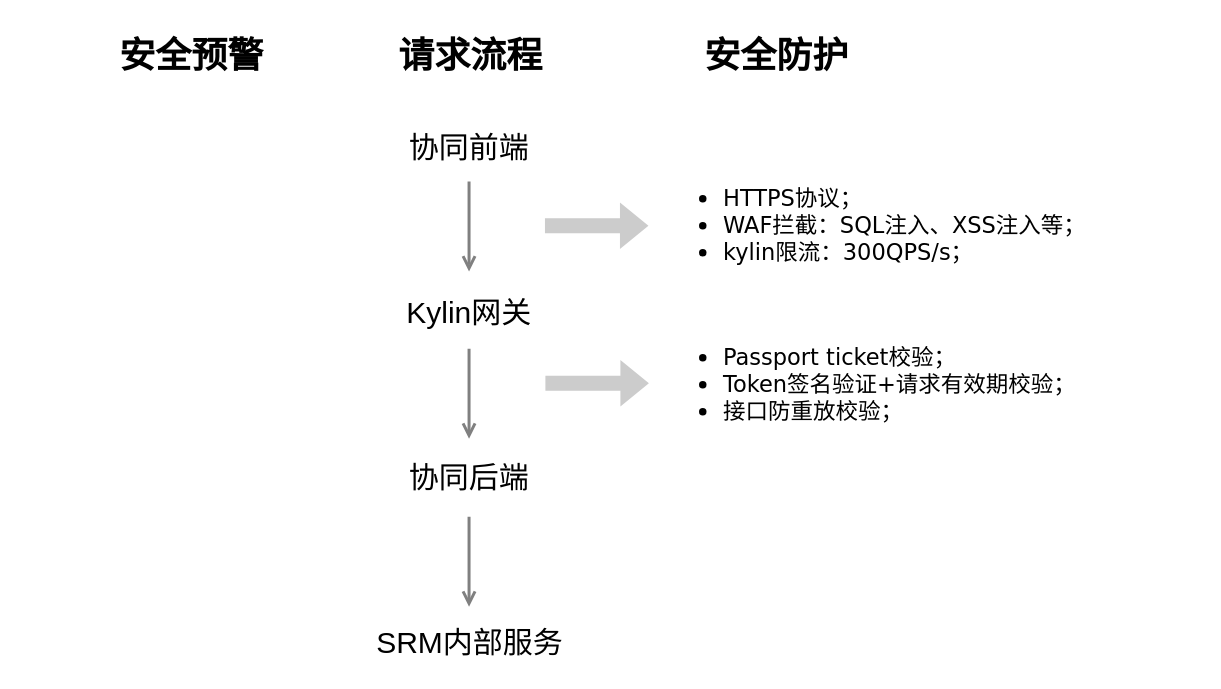
Above: 外网安全梳理.drawio in S0Louis/drowio (draw.io), before the change. Source tidied: cells renumbered, new cells numbered last; positions are measured from the earlier drawing's top-left corner, leaving out a move shared by most shapes. Both pictures are drawn from the tidied source at 150%, with x=0, y=0 at pixel (116, 26).
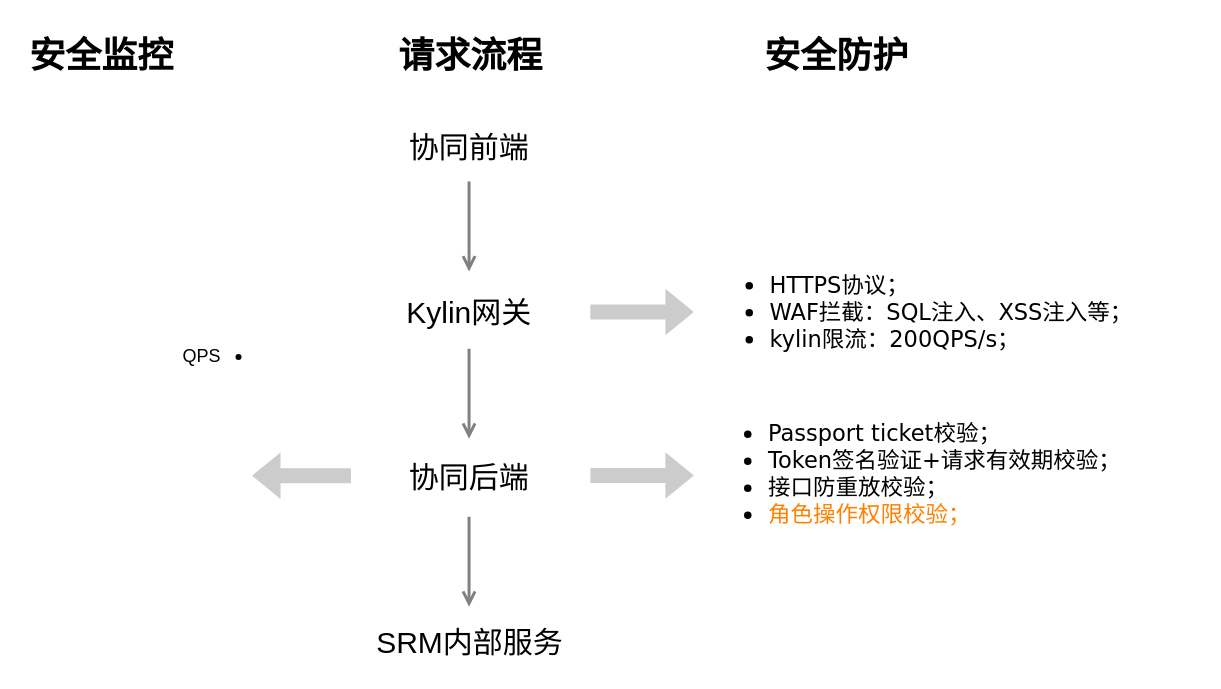
Above is the later version.

Commit message:
更新外网安全梳理.drawio

The edit, as a diff of the source:
```diff
@@
-    <mxCell id="2" value="&lt;ul&gt;&lt;li&gt;HTTPS协议；&lt;/li&gt;&lt;li&gt;WAF拦截：SQL注入、XSS注入等；&lt;/li&gt;&lt;li&gt;kylin限流：300QPS/s；&lt;/li&gt;&lt;/ul&gt;" style="text;html=1;whiteSpace=wrap;strokeColor=none;fillColor=none;align=left;verticalAlign=middle;rounded=0;fontSize=15;spacingTop=0;spacingBottom=1;fontFamily=Verdana;spacingLeft=-1;" parent="1" vertex="1">
-      <mxGeometry x="364.3" y="99" width="286" height="67" as="geometry" />
+    <mxCell id="2" value="&lt;ul&gt;&lt;li&gt;&lt;span style=&quot;background-color: transparent; color: light-dark(rgb(0, 0, 0), rgb(255, 255, 255));&quot;&gt;HTTPS协议；&lt;/span&gt;&lt;/li&gt;&lt;li&gt;&lt;span style=&quot;background-color: transparent; color: light-dark(rgb(0, 0, 0), rgb(255, 255, 255));&quot;&gt;WAF拦截：SQL注入、XSS注入等；&lt;/span&gt;&lt;/li&gt;&lt;li&gt;&lt;span style=&quot;background-color: transparent; color: light-dark(rgb(0, 0, 0), rgb(255, 255, 255));&quot;&gt;kylin限流：200QPS/s；&lt;/span&gt;&lt;/li&gt;&lt;/ul&gt;" style="text;html=1;whiteSpace=wrap;strokeColor=none;fillColor=none;align=left;verticalAlign=middle;rounded=0;fontSize=15;spacingTop=0;spacingBottom=1;fontFamily=Verdana;spacingLeft=-1;" parent="1" vertex="1">
+      <mxGeometry x="394.6" y="156.5" width="286" height="67" as="geometry" />
     </mxCell>
     <mxCell id="3" value="安全防护" style="text;strokeColor=none;fillColor=none;html=1;fontSize=24;fontStyle=1;verticalAlign=middle;align=center;" parent="1" vertex="1">
-      <mxGeometry x="390" width="100" height="40" as="geometry" />
+      <mxGeometry x="430" width="100" height="40" as="geometry" />
     </mxCell>
@@
-    <mxCell id="5" value="安全预警" style="text;strokeColor=none;fillColor=none;html=1;fontSize=24;fontStyle=1;verticalAlign=middle;align=center;" parent="1" vertex="1">
-      <mxGeometry width="100" height="40" as="geometry" />
+    <mxCell id="5" value="安全监控" style="text;strokeColor=none;fillColor=none;html=1;fontSize=24;fontStyle=1;verticalAlign=middle;align=center;" parent="1" vertex="1">
+      <mxGeometry x="-60" width="100" height="40" as="geometry" />
     </mxCell>
@@
     <mxCell id="10" style="shape=flexArrow;endArrow=classic;html=1;rounded=0;fillColor=#CCCCCC;strokeColor=none;" parent="1" edge="1">
       <mxGeometry relative="1" as="geometry">
-        <mxPoint x="285.3" y="133" as="sourcePoint" />
-        <mxPoint x="355.3" y="133" as="targetPoint" />
+        <mxPoint x="315.6" y="190.5" as="sourcePoint" />
+        <mxPoint x="385.6" y="190.5" as="targetPoint" />
       </mxGeometry>
     </mxCell>
@@
-    <mxCell id="14" value="&lt;ul&gt;&lt;li&gt;Passport ticket校验；&lt;/li&gt;&lt;li&gt;Token签名验证+请求有效期校验；&lt;/li&gt;&lt;li&gt;接口防重放校验；&lt;/li&gt;&lt;/ul&gt;" style="text;html=1;whiteSpace=wrap;strokeColor=none;fillColor=none;align=left;verticalAlign=middle;rounded=0;fontSize=15;spacingTop=0;spacingBottom=1;fontFamily=Verdana;spacingLeft=-1;" parent="1" vertex="1">
-      <mxGeometry x="364.3" y="205" width="325.7" height="67" as="geometry" />
+    <mxCell id="14" value="&lt;ul&gt;&lt;li&gt;Passport ticket校验；&lt;/li&gt;&lt;li&gt;Token签名验证+请求有效期校验；&lt;/li&gt;&lt;li&gt;接口防重放校验；&lt;/li&gt;&lt;li&gt;&lt;font style=&quot;color: rgb(255, 128, 0);&quot;&gt;角色操作权限校验；&lt;/font&gt;&lt;/li&gt;&lt;/ul&gt;" style="text;html=1;whiteSpace=wrap;strokeColor=none;fillColor=none;align=left;verticalAlign=middle;rounded=0;fontSize=15;spacingTop=0;spacingBottom=1;fontFamily=Verdana;spacingLeft=-1;" parent="1" vertex="1">
+      <mxGeometry x="394.3" y="240.5" width="325.7" height="115" as="geometry" />
     </mxCell>
     <mxCell id="15" style="shape=flexArrow;endArrow=classic;html=1;rounded=0;fillColor=#CCCCCC;strokeColor=none;" parent="1" edge="1">
       <mxGeometry relative="1" as="geometry">
-        <mxPoint x="285.6" y="238" as="sourcePoint" />
-        <mxPoint x="355.6" y="238" as="targetPoint" />
+        <mxPoint x="315.6" y="299.5" as="sourcePoint" />
+        <mxPoint x="385.6" y="299.5" as="targetPoint" />
       </mxGeometry>
     </mxCell>
+    <mxCell id="16" style="shape=flexArrow;endArrow=classic;html=1;rounded=0;fillColor=#CCCCCC;strokeColor=none;" parent="1" edge="1">
+      <mxGeometry relative="1" as="geometry">
+        <mxPoint x="157" y="299.6" as="sourcePoint" />
+        <mxPoint x="90" y="299.6" as="targetPoint" />
+      </mxGeometry>
+    </mxCell>
+    <mxCell id="17" value="&lt;ul&gt;&lt;li&gt;QPS&lt;/li&gt;&lt;/ul&gt;" style="text;html=1;whiteSpace=wrap;strokeColor=none;fillColor=none;align=left;verticalAlign=middle;rounded=0;horizontal=1;textDirection=rtl;" parent="1" vertex="1">
+      <mxGeometry x="-50" y="205" width="160" height="30" as="geometry" />
+    </mxCell>
```
